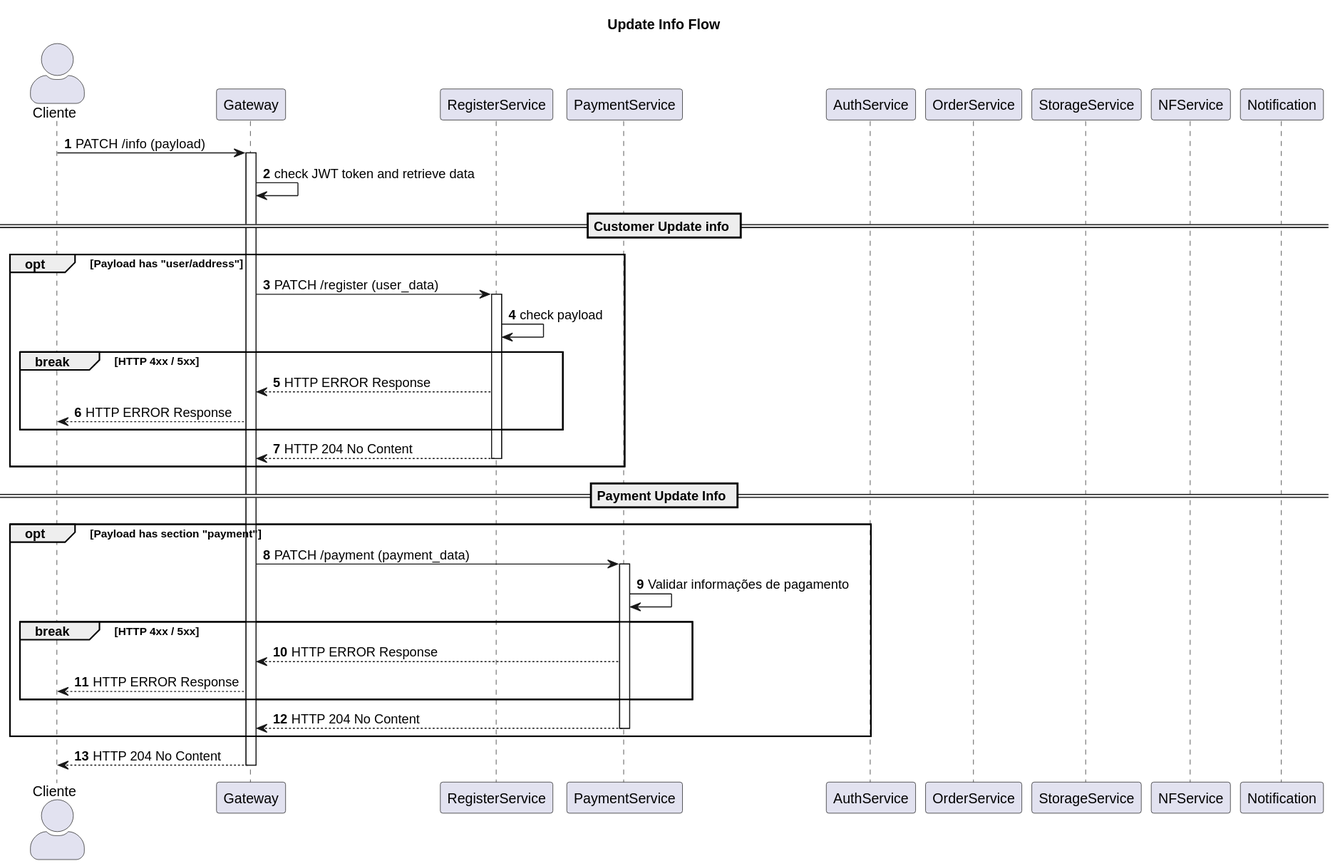
The PlantUML diagram sequence-diagrams-svg/user-update-info-flow.svg in Rodfc773/prevenir-docs, before a commit.
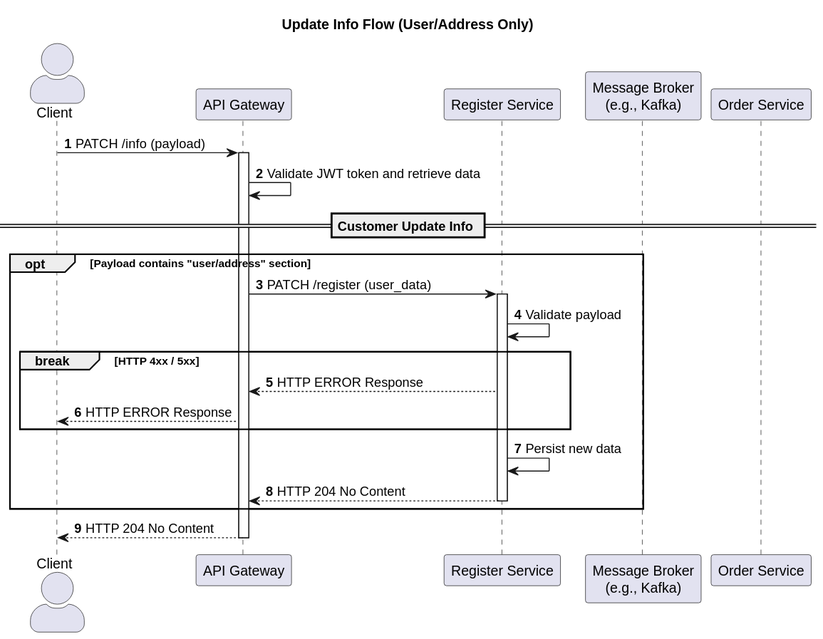
Above is the later version.

Commit message:
Adding more sequence diagrams.

The edit, as a diff of the source:
```diff
@@ -1,52 +1,35 @@
 @startuml
-title Update Info Flow
+title Update Info Flow (User/Address Only)
 skinparam actorStyle awesome
 
-actor Cliente as client
-participant Gateway
-participant RegisterService
-participant PaymentService
-participant AuthService
-participant OrderService
-participant StorageService
-participant NFService
-participant Notification
+actor Client as client
+participant "API Gateway" as Gateway
+participant "Register Service" as RegisterService
+participant "Message Broker\n(e.g., Kafka)" as Broker
+participant "Order Service" as OrderService
 
 autonumber
 
 client -> Gateway: PATCH /info (payload)
 activate Gateway
 
-Gateway -> Gateway: check JWT token and retrieve data
+Gateway -> Gateway: Validate JWT token and retrieve data
 
-== Customer Update info ==
-opt Payload has "user/address"
+== Customer Update Info ==
+opt Payload contains "user/address" section
     Gateway -> RegisterService: PATCH /register (user_data)
     activate RegisterService
-    RegisterService -> RegisterService: check payload
+    RegisterService -> RegisterService: Validate payload
 
     break HTTP 4xx / 5xx
         RegisterService --> Gateway: HTTP ERROR Response
         Gateway --> client: HTTP ERROR Response
     end
 
+    RegisterService -> RegisterService: Persist new data
+
     RegisterService --> Gateway: HTTP 204 No Content
     deactivate RegisterService
-end
-
-== Payment Update Info ==
-opt Payload has section "payment"
-    Gateway -> PaymentService: PATCH /payment (payment_data)
-    activate PaymentService
-    PaymentService -> PaymentService: Validar informações de pagamento
-
-    break HTTP 4xx / 5xx
-        PaymentService --> Gateway: HTTP ERROR Response
-        Gateway --> client: HTTP ERROR Response
-    end
-
-    PaymentService --> Gateway: HTTP 204 No Content
-    deactivate PaymentService
 end
 
 Gateway --> client: HTTP 204 No Content
```
